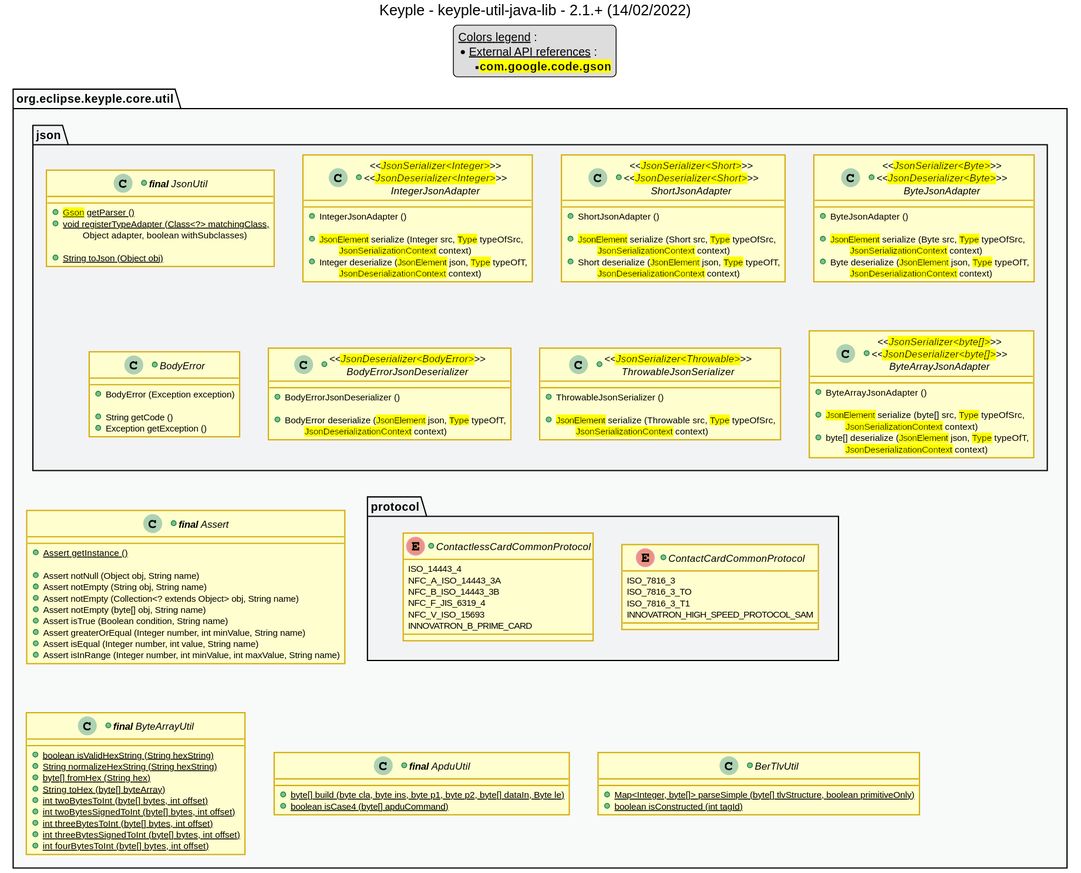
This is src/main/uml/api_class_diagram.svg from eclipse-keyple/keyple-util-java-lib, a PlantUML export, as it was before one commit.
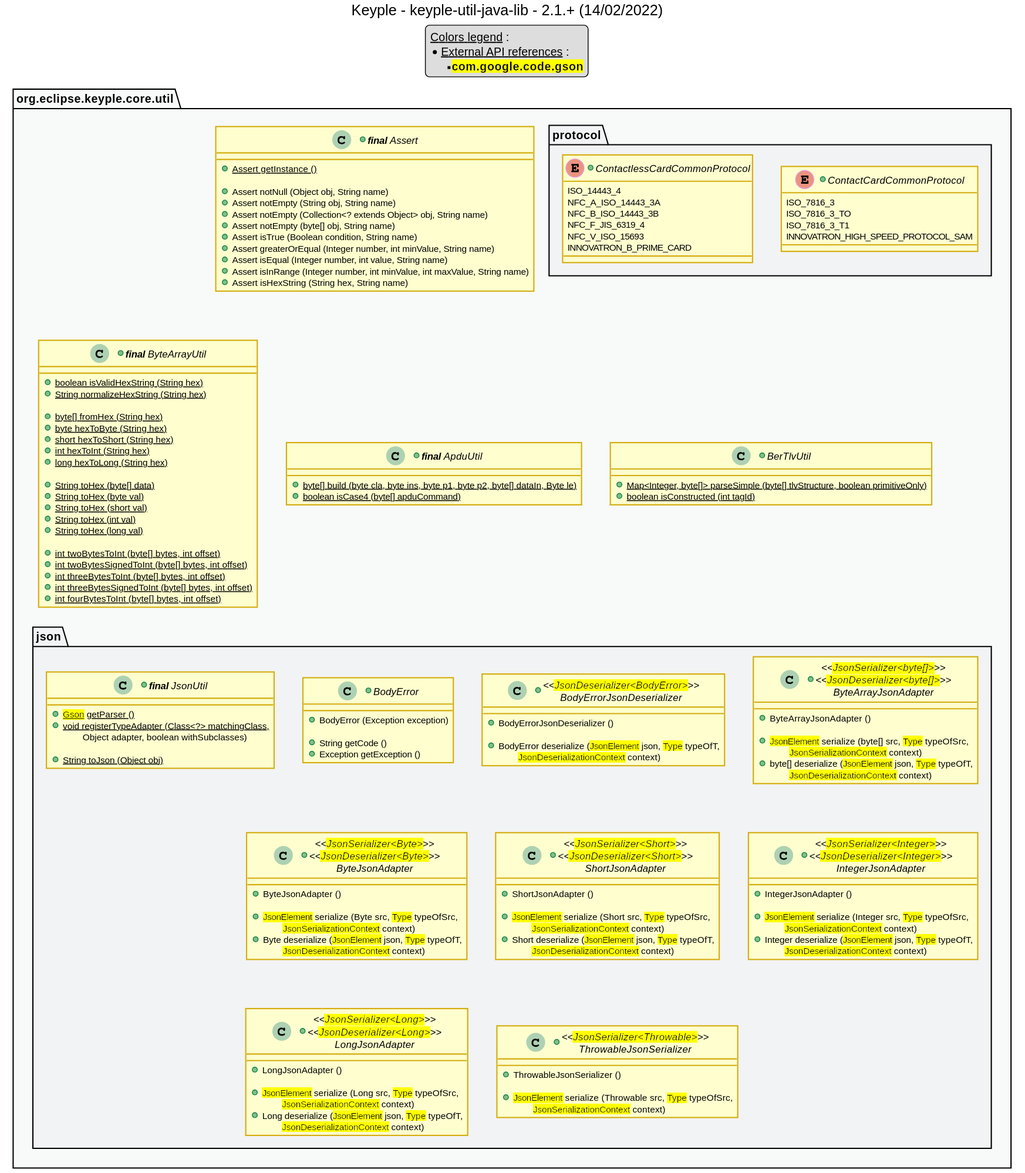
After the commit.

Commit message:
feat: add a JSON adapter for "short" and "long" data types

Closes #17

The edit, as a diff of the source:
```diff
@@ -55,12 +55,24 @@
         +Assert greaterOrEqual (Integer number, int minValue, String name)
         +Assert isEqual (Integer number, int value, String name)
         +Assert isInRange (Integer number, int minValue, int maxValue, String name)
+        +Assert isHexString (String hex, String name)
     }
     +class "**final** ByteArrayUtil" as ByteArrayUtil {
-        +{static} boolean isValidHexString (String hexString)
-        +{static} String normalizeHexString (String hexString)
+        +{static} boolean isValidHexString (String hex)
+        +{static} String normalizeHexString (String hex)
+
         +{static} byte[] fromHex (String hex)
-        +{static} String toHex (byte[] byteArray)
+        +{static} byte hexToByte (String hex)
+        +{static} short hexToShort (String hex)
+        +{static} int hexToInt (String hex)
+        +{static} long hexToLong (String hex)
+
+        +{static} String toHex (byte[] data)
+        +{static} String toHex (byte val)
+        +{static} String toHex (short val)
+        +{static} String toHex (int val)
+        +{static} String toHex (long val)
+
         +{static} int twoBytesToInt (byte[] bytes, int offset)
         +{static} int twoBytesSignedToInt (byte[] bytes, int offset)
         +{static} int threeBytesToInt (byte[] bytes, int offset)
@@ -83,30 +95,6 @@
 
             +{static} String toJson (Object obj)
         }
-        +class "<<<back:yellow>JsonSerializer<Integer></back>>>\n<<<back:yellow>JsonDeserializer<Integer></back>>>\nIntegerJsonAdapter" as IntegerJsonAdapter {
-            +IntegerJsonAdapter ()
-
-            +<back:yellow>JsonElement</back> serialize (Integer src, <back:yellow>Type</back> typeOfSrc,
-                \t<back:yellow>JsonSerializationContext</back> context)
-            +Integer deserialize (<back:yellow>JsonElement</back> json, <back:yellow>Type</back> typeOfT,
-                \t<back:yellow>JsonDeserializationContext</back> context)
-        }
-        +class "<<<back:yellow>JsonSerializer<Short></back>>>\n<<<back:yellow>JsonDeserializer<Short></back>>>\nShortJsonAdapter" as ShortJsonAdapter {
-            +ShortJsonAdapter ()
-
-            +<back:yellow>JsonElement</back> serialize (Short src, <back:yellow>Type</back> typeOfSrc,
-                \t<back:yellow>JsonSerializationContext</back> context)
-            +Short deserialize (<back:yellow>JsonElement</back> json, <back:yellow>Type</back> typeOfT,
-                \t<back:yellow>JsonDeserializationContext</back> context)
-        }
-        +class "<<<back:yellow>JsonSerializer<Byte></back>>>\n<<<back:yellow>JsonDeserializer<Byte></back>>>\nByteJsonAdapter" as ByteJsonAdapter {
-            +ByteJsonAdapter ()
-
-            +<back:yellow>JsonElement</back> serialize (Byte src, <back:yellow>Type</back> typeOfSrc,
-                \t<back:yellow>JsonSerializationContext</back> context)
-            +Byte deserialize (<back:yellow>JsonElement</back> json, <back:yellow>Type</back> typeOfT,
-                \t<back:yellow>JsonDeserializationContext</back> context)
-        }
         +class BodyError {
             +BodyError (Exception exception)
 
@@ -119,12 +107,6 @@
             +BodyError deserialize (<back:yellow>JsonElement</back> json, <back:yellow>Type</back> typeOfT,
                 \t<back:yellow>JsonDeserializationContext</back> context)
         }
-        +class "<<<back:yellow>JsonSerializer<Throwable></back>>>\nThrowableJsonSerializer" as ThrowableJsonSerializer {
-            +ThrowableJsonSerializer ()
-
-            +<back:yellow>JsonElement</back> serialize (Throwable src, <back:yellow>Type</back> typeOfSrc,
-                \t<back:yellow>JsonSerializationContext</back> context)
-        }
         +class "<<<back:yellow>JsonSerializer<byte[]></back>>>\n<<<back:yellow>JsonDeserializer<byte[]></back>>>\nByteArrayJsonAdapter" as ByteArrayJsonAdapter {
             +ByteArrayJsonAdapter ()
 
@@ -132,6 +114,44 @@
                 \t<back:yellow>JsonSerializationContext</back> context)
             +byte[] deserialize (<back:yellow>JsonElement</back> json, <back:yellow>Type</back> typeOfT,
                 \t<back:yellow>JsonDeserializationContext</back> context)
+        }
+        +class "<<<back:yellow>JsonSerializer<Byte></back>>>\n<<<back:yellow>JsonDeserializer<Byte></back>>>\nByteJsonAdapter" as ByteJsonAdapter {
+            +ByteJsonAdapter ()
+
+            +<back:yellow>JsonElement</back> serialize (Byte src, <back:yellow>Type</back> typeOfSrc,
+                \t<back:yellow>JsonSerializationContext</back> context)
+            +Byte deserialize (<back:yellow>JsonElement</back> json, <back:yellow>Type</back> typeOfT,
+                \t<back:yellow>JsonDeserializationContext</back> context)
+        }
+        +class "<<<back:yellow>JsonSerializer<Short></back>>>\n<<<back:yellow>JsonDeserializer<Short></back>>>\nShortJsonAdapter" as ShortJsonAdapter {
+            +ShortJsonAdapter ()
+
+            +<back:yellow>JsonElement</back> serialize (Short src, <back:yellow>Type</back> typeOfSrc,
+                \t<back:yellow>JsonSerializationContext</back> context)
+            +Short deserialize (<back:yellow>JsonElement</back> json, <back:yellow>Type</back> typeOfT,
+                \t<back:yellow>JsonDeserializationContext</back> context)
+        }
+        +class "<<<back:yellow>JsonSerializer<Integer></back>>>\n<<<back:yellow>JsonDeserializer<Integer></back>>>\nIntegerJsonAdapter" as IntegerJsonAdapter {
+            +IntegerJsonAdapter ()
+
+            +<back:yellow>JsonElement</back> serialize (Integer src, <back:yellow>Type</back> typeOfSrc,
+                \t<back:yellow>JsonSerializationContext</back> context)
+            +Integer deserialize (<back:yellow>JsonElement</back> json, <back:yellow>Type</back> typeOfT,
+                \t<back:yellow>JsonDeserializationContext</back> context)
+        }
+        +class "<<<back:yellow>JsonSerializer<Long></back>>>\n<<<back:yellow>JsonDeserializer<Long></back>>>\nLongJsonAdapter" as LongJsonAdapter {
+            +LongJsonAdapter ()
+
+            +<back:yellow>JsonElement</back> serialize (Long src, <back:yellow>Type</back> typeOfSrc,
+                \t<back:yellow>JsonSerializationContext</back> context)
+            +Long deserialize (<back:yellow>JsonElement</back> json, <back:yellow>Type</back> typeOfT,
+                \t<back:yellow>JsonDeserializationContext</back> context)
+        }
+        +class "<<<back:yellow>JsonSerializer<Throwable></back>>>\nThrowableJsonSerializer" as ThrowableJsonSerializer {
+            +ThrowableJsonSerializer ()
+
+            +<back:yellow>JsonElement</back> serialize (Throwable src, <back:yellow>Type</back> typeOfSrc,
+                \t<back:yellow>JsonSerializationContext</back> context)
         }
     }
     package protocol {
@@ -154,10 +174,7 @@
 
 
 
-JsonUtil -[hidden]- BodyError
-
-BodyError -[hidden]- protocol
-BodyError -[hidden]- Assert
+ByteArrayUtil -[hidden]- JsonUtil
 
 Assert -[hidden]- ByteArrayUtil
 Assert -[hidden]- ApduUtil
```
